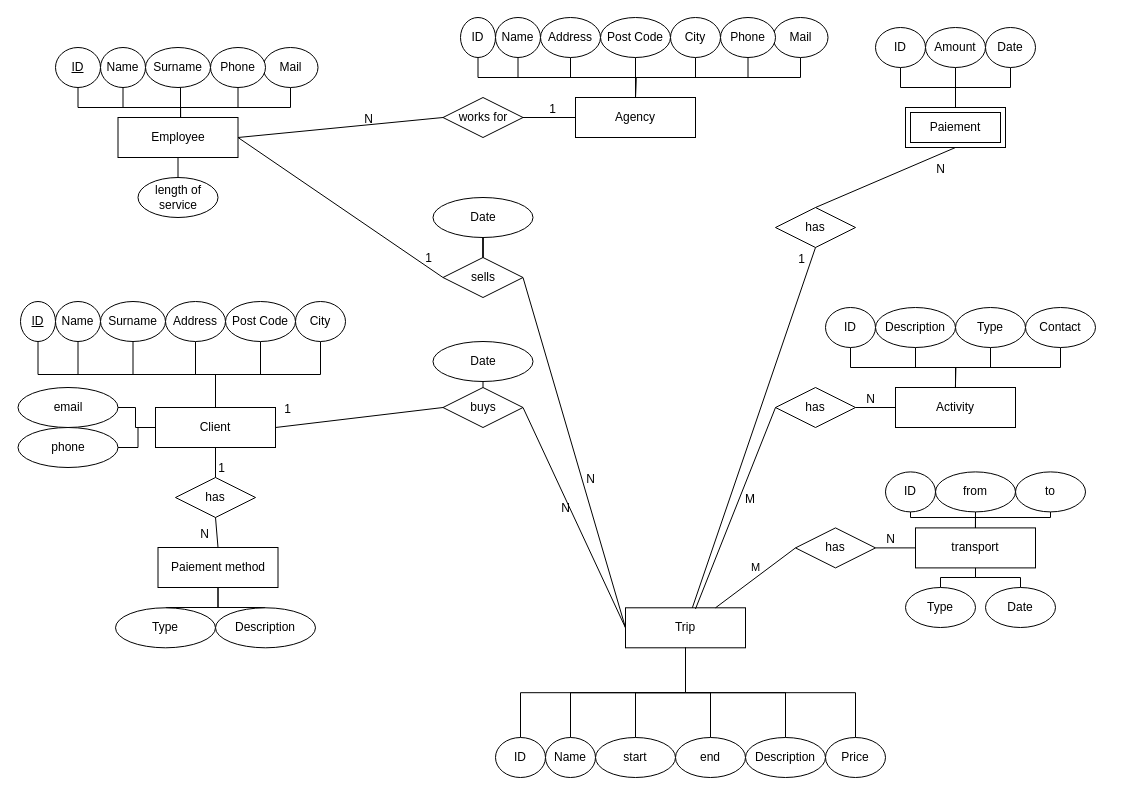
Before: page "Proposition 2" (2 of 3) of DB Projekt 1.drawio in phootrf/DBProjet1, a draw.io diagram. Source tidied: cells renumbered, new cells numbered last; positions are measured from the earlier drawing's top-left corner, leaving out a move shared by most shapes. Both pictures are drawn from the tidied source at 100%, with x=0, y=0 at pixel (17, 17).
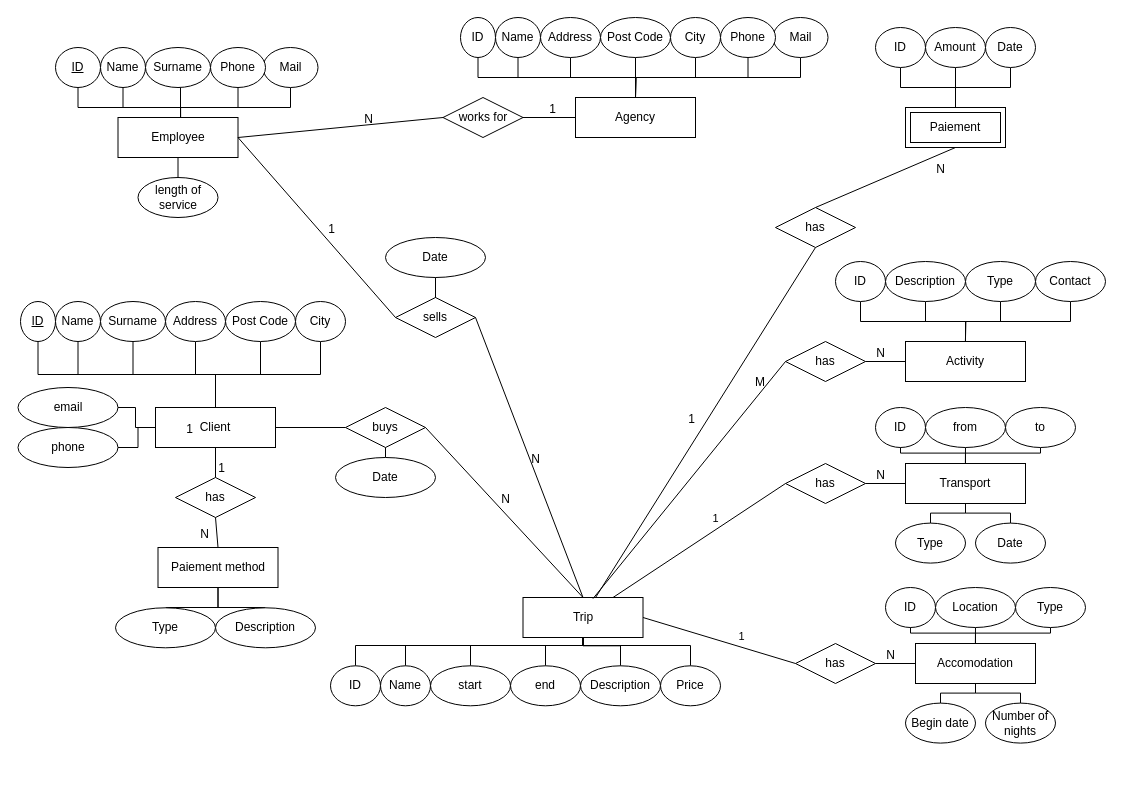
The same diagram, later.

Unchanged cells that the change refers to:
```xml
<mxCell id="16" style="endArrow=none;html=1;rounded=0;exitX=0.583;exitY=0.029;exitDx=0;exitDy=0;entryX=0;entryY=0.5;entryDx=0;entryDy=0;exitPerimeter=0;" parent="1" edge="1" source="4" target="15">
  <mxGeometry relative="1" as="geometry" />
</mxCell>
<mxCell id="55" style="endArrow=none;html=1;rounded=0;entryX=0.5;entryY=1;entryDx=0;entryDy=0;" parent="1" edge="1" source="4" target="54">
  <mxGeometry relative="1" as="geometry" />
</mxCell>
<mxCell id="73" style="endArrow=none;html=1;rounded=0;exitX=1;exitY=0.5;exitDx=0;exitDy=0;entryX=0;entryY=0.5;entryDx=0;entryDy=0;" parent="1" edge="1" source="71" target="72">
  <mxGeometry relative="1" as="geometry" />
</mxCell>
```

What changed in the source:
```diff
@@
     <mxCell id="4" value="Trip" style="whiteSpace=wrap;html=1;align=center;" parent="1" vertex="1">
-      <mxGeometry x="608" y="590.3" width="120" height="40" as="geometry" />
+      <mxGeometry x="505.5" y="580" width="120" height="40" as="geometry" />
     </mxCell>
@@
     <mxCell id="6" value="Activity" style="whiteSpace=wrap;html=1;align=center;" parent="1" vertex="1">
-      <mxGeometry x="878" y="370" width="120" height="40" as="geometry" />
+      <mxGeometry x="888" y="324" width="120" height="40" as="geometry" />
     </mxCell>
@@
     <mxCell id="10" value="buys" style="shape=rhombus;perimeter=rhombusPerimeter;whiteSpace=wrap;html=1;align=center;" parent="1" vertex="1">
-      <mxGeometry x="425.5" y="370" width="80" height="40" as="geometry" />
+      <mxGeometry x="328" y="390" width="80" height="40" as="geometry" />
     </mxCell>
@@
-    <mxCell id="13" style="endArrow=none;html=1;rounded=0;exitX=1;exitY=0.5;exitDx=0;exitDy=0;entryX=0;entryY=0.5;entryDx=0;entryDy=0;" parent="1" edge="1" source="10" target="4">
+    <mxCell id="13" style="endArrow=none;html=1;rounded=0;exitX=1;exitY=0.5;exitDx=0;exitDy=0;entryX=0.5;entryY=0;entryDx=0;entryDy=0;" parent="1" edge="1" source="10" target="4">
       <mxGeometry relative="1" as="geometry" />
     </mxCell>
     <mxCell id="14" value="N" style="html=1;align=right;verticalAlign=bottom;" parent="13" vertex="1">
       <mxGeometry x="1" relative="1" as="geometry">
-        <mxPoint x="-55" y="-111" as="offset" />
+        <mxPoint x="-73" y="-90" as="offset" />
       </mxGeometry>
     </mxCell>
     <mxCell id="15" value="has" style="shape=rhombus;perimeter=rhombusPerimeter;whiteSpace=wrap;html=1;align=center;" parent="1" vertex="1">
-      <mxGeometry x="758" y="370" width="80" height="40" as="geometry" />
+      <mxGeometry x="768" y="324" width="80" height="40" as="geometry" />
     </mxCell>
@@
     <mxCell id="17" value="M" style="html=1;align=right;verticalAlign=bottom;" parent="16" vertex="1">
       <mxGeometry x="1" relative="1" as="geometry">
-        <mxPoint x="-20" y="100" as="offset" />
+        <mxPoint x="-20" y="29" as="offset" />
       </mxGeometry>
     </mxCell>
@@
     <mxCell id="20" value="ID" style="ellipse;whiteSpace=wrap;html=1;align=center;" parent="1" vertex="1">
-      <mxGeometry x="808" y="290" width="50" height="40" as="geometry" />
+      <mxGeometry x="818" y="244" width="50" height="40" as="geometry" />
     </mxCell>
@@
     <mxCell id="22" value="Type" style="ellipse;whiteSpace=wrap;html=1;align=center;" parent="1" vertex="1">
-      <mxGeometry x="938" y="290" width="70" height="40" as="geometry" />
+      <mxGeometry x="948" y="244" width="70" height="40" as="geometry" />
     </mxCell>
     <mxCell id="23" style="edgeStyle=orthogonalEdgeStyle;rounded=0;jettySize=auto;html=1;exitX=0.5;exitY=1;exitDx=0;exitDy=0;endArrow=none;endFill=0;" parent="1" edge="1" source="24">
       <mxGeometry relative="1" as="geometry">
-        <mxPoint x="937.9" y="370" as="targetPoint" />
+        <mxPoint x="947.9" y="324" as="targetPoint" />
       </mxGeometry>
     </mxCell>
     <mxCell id="24" value="Description" style="ellipse;whiteSpace=wrap;html=1;align=center;" parent="1" vertex="1">
-      <mxGeometry x="858" y="290" width="80" height="40" as="geometry" />
+      <mxGeometry x="868" y="244" width="80" height="40" as="geometry" />
     </mxCell>
     <mxCell id="25" style="edgeStyle=orthogonalEdgeStyle;rounded=0;jettySize=auto;html=1;exitX=0.5;exitY=0;exitDx=0;exitDy=0;entryX=0.5;entryY=1;entryDx=0;entryDy=0;endArrow=none;endFill=0;" parent="1" edge="1" source="26" target="4">
-      <mxGeometry relative="1" as="geometry" />
+      <mxGeometry relative="1" as="geometry">
+        <Array as="points">
+          <mxPoint x="338" y="628" />
+          <mxPoint x="566" y="628" />
+        </Array>
+      </mxGeometry>
     </mxCell>
     <mxCell id="26" value="ID" style="ellipse;whiteSpace=wrap;html=1;align=center;" parent="1" vertex="1">
-      <mxGeometry x="478" y="720" width="50" height="40" as="geometry" />
+      <mxGeometry x="313" y="648.3" width="50" height="40" as="geometry" />
     </mxCell>
     <mxCell id="27" style="edgeStyle=orthogonalEdgeStyle;rounded=0;jettySize=auto;html=1;exitX=0.5;exitY=0;exitDx=0;exitDy=0;entryX=0.5;entryY=1;entryDx=0;entryDy=0;endArrow=none;endFill=0;" parent="1" edge="1" source="28" target="4">
-      <mxGeometry relative="1" as="geometry" />
+      <mxGeometry relative="1" as="geometry">
+        <Array as="points">
+          <mxPoint x="388" y="628" />
+          <mxPoint x="566" y="628" />
+        </Array>
+      </mxGeometry>
     </mxCell>
     <mxCell id="28" value="Name" style="ellipse;whiteSpace=wrap;html=1;align=center;" parent="1" vertex="1">
-      <mxGeometry x="528" y="720" width="50" height="40" as="geometry" />
+      <mxGeometry x="363" y="648.3" width="50" height="40" as="geometry" />
     </mxCell>
     <mxCell id="29" style="edgeStyle=orthogonalEdgeStyle;rounded=0;jettySize=auto;html=1;exitX=0.5;exitY=0;exitDx=0;exitDy=0;endArrow=none;endFill=0;entryX=0.5;entryY=1;entryDx=0;entryDy=0;" parent="1" edge="1" source="30" target="4">
-      <mxGeometry relative="1" as="geometry" />
+      <mxGeometry relative="1" as="geometry">
+        <Array as="points">
+          <mxPoint x="453" y="628" />
+          <mxPoint x="566" y="628" />
+        </Array>
+      </mxGeometry>
     </mxCell>
     <mxCell id="30" value="start" style="ellipse;whiteSpace=wrap;html=1;align=center;" parent="1" vertex="1">
-      <mxGeometry x="578" y="720" width="80" height="40" as="geometry" />
+      <mxGeometry x="413" y="648.3" width="80" height="40" as="geometry" />
     </mxCell>
     <mxCell id="31" style="edgeStyle=orthogonalEdgeStyle;rounded=0;jettySize=auto;html=1;exitX=0.5;exitY=0;exitDx=0;exitDy=0;endArrow=none;endFill=0;entryX=0.5;entryY=1;entryDx=0;entryDy=0;" parent="1" edge="1" source="32" target="4">
-      <mxGeometry relative="1" as="geometry" />
+      <mxGeometry relative="1" as="geometry">
+        <Array as="points">
+          <mxPoint x="528" y="628" />
+          <mxPoint x="566" y="628" />
+        </Array>
+      </mxGeometry>
     </mxCell>
     <mxCell id="32" value="end" style="ellipse;whiteSpace=wrap;html=1;align=center;" parent="1" vertex="1">
-      <mxGeometry x="658" y="720" width="70" height="40" as="geometry" />
+      <mxGeometry x="493" y="648.3" width="70" height="40" as="geometry" />
     </mxCell>
@@
     <mxCell id="34" value="Description" style="ellipse;whiteSpace=wrap;html=1;align=center;" parent="1" vertex="1">
-      <mxGeometry x="728" y="720" width="80" height="40" as="geometry" />
+      <mxGeometry x="563" y="648.3" width="80" height="40" as="geometry" />
     </mxCell>
     <mxCell id="35" style="edgeStyle=orthogonalEdgeStyle;rounded=0;jettySize=auto;html=1;exitX=0.5;exitY=0;exitDx=0;exitDy=0;endArrow=none;endFill=0;entryX=0.5;entryY=1;entryDx=0;entryDy=0;" parent="1" edge="1" source="36" target="4">
-      <mxGeometry relative="1" as="geometry" />
+      <mxGeometry relative="1" as="geometry">
+        <Array as="points">
+          <mxPoint x="673" y="628" />
+          <mxPoint x="566" y="628" />
+        </Array>
+      </mxGeometry>
     </mxCell>
     <mxCell id="36" value="Price" style="ellipse;whiteSpace=wrap;html=1;align=center;" parent="1" vertex="1">
-      <mxGeometry x="808" y="720" width="60" height="40" as="geometry" />
+      <mxGeometry x="643" y="648.3" width="60" height="40" as="geometry" />
     </mxCell>
@@
     <mxCell id="56" value="1" style="html=1;align=right;verticalAlign=bottom;" parent="55" vertex="1">
       <mxGeometry x="1" relative="1" as="geometry">
-        <mxPoint x="-10" y="20" as="offset" />
+        <mxPoint x="-120" y="180" as="offset" />
       </mxGeometry>
     </mxCell>
@@
     <mxCell id="72" value="sells" style="shape=rhombus;perimeter=rhombusPerimeter;whiteSpace=wrap;html=1;align=center;" parent="1" vertex="1">
-      <mxGeometry x="425.5" y="240" width="80" height="40" as="geometry" />
+      <mxGeometry x="378" y="280" width="80" height="40" as="geometry" />
     </mxCell>
@@
     <mxCell id="74" value="1" style="html=1;align=right;verticalAlign=bottom;" parent="73" vertex="1">
       <mxGeometry x="1" relative="1" as="geometry">
-        <mxPoint x="-10" y="-11" as="offset" />
+        <mxPoint x="-60" y="-80" as="offset" />
       </mxGeometry>
     </mxCell>
-    <mxCell id="75" style="endArrow=none;html=1;rounded=0;fontSize=27;exitX=1;exitY=0.5;exitDx=0;exitDy=0;entryX=0;entryY=0.5;entryDx=0;entryDy=0;" parent="1" edge="1" source="72" target="4">
+    <mxCell id="75" style="endArrow=none;html=1;rounded=0;fontSize=27;exitX=1;exitY=0.5;exitDx=0;exitDy=0;entryX=0.5;entryY=0;entryDx=0;entryDy=0;" parent="1" edge="1" source="72" target="4">
       <mxGeometry relative="1" as="geometry" />
     </mxCell>
-    <mxCell id="76" value="N" style="html=1;align=right;verticalAlign=bottom;" parent="75" vertex="1">
+    <mxCell id="76" value="N" style="html=1;align=right;verticalAlign=bottom;direction=south;" parent="75" vertex="1">
       <mxGeometry x="1" relative="1" as="geometry">
-        <mxPoint x="-30" y="-140" as="offset" />
+        <mxPoint x="-43" y="-130" as="offset" />
       </mxGeometry>
     </mxCell>
@@
-    <mxCell id="87" style="edgeStyle=orthogonalEdgeStyle;rounded=0;jettySize=auto;html=1;endArrow=none;endFill=0;entryX=0.5;entryY=0;entryDx=0;entryDy=0;" parent="1" edge="1" source="88" target="10">
-      <mxGeometry relative="1" as="geometry">
-        <Array as="points">
-          <mxPoint x="466" y="370" />
-          <mxPoint x="466" y="370" />
-        </Array>
-      </mxGeometry>
+    <mxCell id="87" style="edgeStyle=orthogonalEdgeStyle;rounded=0;jettySize=auto;html=1;exitX=0.5;exitY=0;exitDx=0;exitDy=0;entryX=0.5;entryY=1;entryDx=0;entryDy=0;endArrow=none;endFill=0;" parent="1" edge="1" source="88" target="10">
+      <mxGeometry relative="1" as="geometry" />
     </mxCell>
     <mxCell id="88" value="Date" style="ellipse;whiteSpace=wrap;html=1;align=center;" parent="1" vertex="1">
-      <mxGeometry x="415.5" y="324" width="100" height="40" as="geometry" />
+      <mxGeometry x="318" y="440" width="100" height="40" as="geometry" />
     </mxCell>
@@
     <mxCell id="90" value="Date" style="ellipse;whiteSpace=wrap;html=1;align=center;" parent="1" vertex="1">
-      <mxGeometry x="415.5" y="180" width="100" height="40" as="geometry" />
+      <mxGeometry x="368" y="220" width="100" height="40" as="geometry" />
     </mxCell>
@@
     <mxCell id="113" style="edgeStyle=orthogonalEdgeStyle;rounded=0;orthogonalLoop=1;jettySize=auto;html=1;exitX=0.5;exitY=0;exitDx=0;exitDy=0;entryX=0.5;entryY=1;entryDx=0;entryDy=0;endArrow=none;endFill=0;" parent="1" edge="1">
       <mxGeometry relative="1" as="geometry">
-        <mxPoint x="958" y="509.4" as="sourcePoint" />
-        <mxPoint x="893" y="483.4" as="targetPoint" />
+        <mxPoint x="948" y="445" as="sourcePoint" />
+        <mxPoint x="883" y="419" as="targetPoint" />
         <Array as="points">
-          <mxPoint x="958" y="500" />
-          <mxPoint x="893" y="500" />
+          <mxPoint x="948" y="435.6" />
+          <mxPoint x="883" y="435.6" />
         </Array>
       </mxGeometry>
     </mxCell>
-    <mxCell id="114" value="transport" style="whiteSpace=wrap;html=1;align=center;" parent="1" vertex="1">
-      <mxGeometry x="898" y="510.4" width="120" height="40" as="geometry" />
+    <mxCell id="114" value="Transport" style="whiteSpace=wrap;html=1;align=center;" parent="1" vertex="1">
+      <mxGeometry x="888" y="446" width="120" height="40" as="geometry" />
     </mxCell>
     <mxCell id="115" value="has" style="shape=rhombus;perimeter=rhombusPerimeter;whiteSpace=wrap;html=1;align=center;" parent="1" vertex="1">
-      <mxGeometry x="778" y="510.4" width="80" height="40" as="geometry" />
+      <mxGeometry x="768" y="446" width="80" height="40" as="geometry" />
     </mxCell>
@@
     <mxCell id="118" value="ID" style="ellipse;whiteSpace=wrap;html=1;align=center;" parent="1" vertex="1">
-      <mxGeometry x="868" y="454.4" width="50" height="40" as="geometry" />
+      <mxGeometry x="858" y="390" width="50" height="40" as="geometry" />
     </mxCell>
     <mxCell id="119" style="edgeStyle=orthogonalEdgeStyle;rounded=0;jettySize=auto;html=1;exitX=0.5;exitY=1;exitDx=0;exitDy=0;entryX=0.5;entryY=0;entryDx=0;entryDy=0;endArrow=none;endFill=0;" parent="1" edge="1" source="120" target="114">
       <mxGeometry relative="1" as="geometry">
         <Array as="points">
-          <mxPoint x="1033" y="500" />
-          <mxPoint x="958" y="500" />
+          <mxPoint x="1023" y="435.6" />
+          <mxPoint x="948" y="435.6" />
         </Array>
       </mxGeometry>
     </mxCell>
     <mxCell id="120" value="to" style="ellipse;whiteSpace=wrap;html=1;align=center;" parent="1" vertex="1">
-      <mxGeometry x="998" y="454.4" width="70" height="40" as="geometry" />
+      <mxGeometry x="988" y="390" width="70" height="40" as="geometry" />
     </mxCell>
     <mxCell id="121" style="edgeStyle=orthogonalEdgeStyle;rounded=0;jettySize=auto;html=1;exitX=0.5;exitY=1;exitDx=0;exitDy=0;endArrow=none;endFill=0;" parent="1" edge="1" source="122">
       <mxGeometry relative="1" as="geometry">
-        <mxPoint x="957.9" y="510.4" as="targetPoint" />
+        <mxPoint x="947.9" y="446" as="targetPoint" />
       </mxGeometry>
     </mxCell>
     <mxCell id="122" value="from" style="ellipse;whiteSpace=wrap;html=1;align=center;" parent="1" vertex="1">
-      <mxGeometry x="918" y="454.4" width="80" height="40" as="geometry" />
+      <mxGeometry x="908" y="390" width="80" height="40" as="geometry" />
     </mxCell>
-    <mxCell id="123" value="M" style="endArrow=none;html=1;rounded=0;exitX=0.75;exitY=0;exitDx=0;exitDy=0;entryX=0;entryY=0.5;entryDx=0;entryDy=0;" parent="1" edge="1" source="4" target="115">
-      <mxGeometry x="0.12" y="8" relative="1" as="geometry" />
+    <mxCell id="123" value="1" style="endArrow=none;html=1;rounded=0;exitX=0.75;exitY=0;exitDx=0;exitDy=0;entryX=0;entryY=0.5;entryDx=0;entryDy=0;" parent="1" edge="1" source="4" target="115">
+      <mxGeometry x="0.25" y="10" relative="1" as="geometry" />
     </mxCell>
@@
     <mxCell id="125" value="Contact" style="ellipse;whiteSpace=wrap;html=1;align=center;" parent="1" vertex="1">
-      <mxGeometry x="1008" y="290" width="70" height="40" as="geometry" />
+      <mxGeometry x="1018" y="244" width="70" height="40" as="geometry" />
     </mxCell>
     <mxCell id="126" style="edgeStyle=orthogonalEdgeStyle;rounded=0;jettySize=auto;html=1;exitX=0.5;exitY=0;exitDx=0;exitDy=0;entryX=0.5;entryY=1;entryDx=0;entryDy=0;endArrow=none;endFill=0;" parent="1" edge="1" source="127" target="114">
       <mxGeometry relative="1" as="geometry">
         <Array as="points">
-          <mxPoint x="923" y="560" />
-          <mxPoint x="958" y="560" />
+          <mxPoint x="913" y="495.6" />
+          <mxPoint x="948" y="495.6" />
         </Array>
       </mxGeometry>
     </mxCell>
     <mxCell id="127" value="Type" style="ellipse;whiteSpace=wrap;html=1;align=center;" parent="1" vertex="1">
-      <mxGeometry x="888" y="570" width="70" height="40" as="geometry" />
+      <mxGeometry x="878" y="505.6" width="70" height="40" as="geometry" />
     </mxCell>
     <mxCell id="128" style="edgeStyle=orthogonalEdgeStyle;rounded=0;jettySize=auto;html=1;exitX=0.5;exitY=0;exitDx=0;exitDy=0;endArrow=none;endFill=0;" parent="1" edge="1" source="129">
       <mxGeometry relative="1" as="geometry">
-        <mxPoint x="958" y="560" as="targetPoint" />
+        <mxPoint x="948" y="495.6" as="targetPoint" />
         <Array as="points">
-          <mxPoint x="1003" y="560" />
+          <mxPoint x="993" y="495.6" />
         </Array>
       </mxGeometry>
     </mxCell>
     <mxCell id="129" value="Date" style="ellipse;whiteSpace=wrap;html=1;align=center;" parent="1" vertex="1">
-      <mxGeometry x="968" y="570" width="70" height="40" as="geometry" />
+      <mxGeometry x="958" y="505.6" width="70" height="40" as="geometry" />
     </mxCell>
+    <mxCell id="130" style="edgeStyle=orthogonalEdgeStyle;rounded=0;orthogonalLoop=1;jettySize=auto;html=1;exitX=0.5;exitY=0;exitDx=0;exitDy=0;entryX=0.5;entryY=1;entryDx=0;entryDy=0;endArrow=none;endFill=0;" parent="1" edge="1">
+      <mxGeometry relative="1" as="geometry">
+        <mxPoint x="958" y="625" as="sourcePoint" />
+        <mxPoint x="893" y="599" as="targetPoint" />
+        <Array as="points">
+          <mxPoint x="958" y="615.6" />
+          <mxPoint x="893" y="615.6" />
+        </Array>
+      </mxGeometry>
+    </mxCell>
+    <mxCell id="131" value="Accomodation" style="whiteSpace=wrap;html=1;align=center;" parent="1" vertex="1">
+      <mxGeometry x="898" y="626" width="120" height="40" as="geometry" />
+    </mxCell>
+    <mxCell id="132" value="has" style="shape=rhombus;perimeter=rhombusPerimeter;whiteSpace=wrap;html=1;align=center;" parent="1" vertex="1">
+      <mxGeometry x="778" y="626" width="80" height="40" as="geometry" />
+    </mxCell>
+    <mxCell id="133" style="endArrow=none;html=1;rounded=0;exitX=0;exitY=0.5;exitDx=0;exitDy=0;entryX=1;entryY=0.5;entryDx=0;entryDy=0;" parent="1" edge="1" source="131" target="132">
+      <mxGeometry relative="1" as="geometry" />
+    </mxCell>
+    <mxCell id="134" value="N" style="html=1;align=right;verticalAlign=bottom;" parent="133" vertex="1">
+      <mxGeometry x="1" relative="1" as="geometry">
+        <mxPoint x="20" as="offset" />
+      </mxGeometry>
+    </mxCell>
+    <mxCell id="135" value="ID" style="ellipse;whiteSpace=wrap;html=1;align=center;" parent="1" vertex="1">
+      <mxGeometry x="868" y="570" width="50" height="40" as="geometry" />
+    </mxCell>
+    <mxCell id="136" style="edgeStyle=orthogonalEdgeStyle;rounded=0;jettySize=auto;html=1;exitX=0.5;exitY=1;exitDx=0;exitDy=0;entryX=0.5;entryY=0;entryDx=0;entryDy=0;endArrow=none;endFill=0;" parent="1" edge="1" source="137" target="131">
+      <mxGeometry relative="1" as="geometry">
+        <Array as="points">
+          <mxPoint x="1033" y="615.6" />
+          <mxPoint x="958" y="615.6" />
+        </Array>
+      </mxGeometry>
+    </mxCell>
+    <mxCell id="137" value="Type" style="ellipse;whiteSpace=wrap;html=1;align=center;" parent="1" vertex="1">
+      <mxGeometry x="998" y="570" width="70" height="40" as="geometry" />
+    </mxCell>
+    <mxCell id="138" style="edgeStyle=orthogonalEdgeStyle;rounded=0;jettySize=auto;html=1;exitX=0.5;exitY=1;exitDx=0;exitDy=0;endArrow=none;endFill=0;" parent="1" edge="1" source="139">
+      <mxGeometry relative="1" as="geometry">
+        <mxPoint x="957.9" y="626" as="targetPoint" />
+      </mxGeometry>
+    </mxCell>
+    <mxCell id="139" value="Location" style="ellipse;whiteSpace=wrap;html=1;align=center;" parent="1" vertex="1">
+      <mxGeometry x="918" y="570" width="80" height="40" as="geometry" />
+    </mxCell>
+    <mxCell id="140" style="edgeStyle=orthogonalEdgeStyle;rounded=0;jettySize=auto;html=1;exitX=0.5;exitY=0;exitDx=0;exitDy=0;entryX=0.5;entryY=1;entryDx=0;entryDy=0;endArrow=none;endFill=0;" parent="1" edge="1" source="141" target="131">
+      <mxGeometry relative="1" as="geometry">
+        <Array as="points">
+          <mxPoint x="923" y="675.6" />
+          <mxPoint x="958" y="675.6" />
+        </Array>
+      </mxGeometry>
+    </mxCell>
+    <mxCell id="141" value="Begin date" style="ellipse;whiteSpace=wrap;html=1;align=center;" parent="1" vertex="1">
+      <mxGeometry x="888" y="685.6" width="70" height="40" as="geometry" />
+    </mxCell>
+    <mxCell id="142" style="edgeStyle=orthogonalEdgeStyle;rounded=0;jettySize=auto;html=1;exitX=0.5;exitY=0;exitDx=0;exitDy=0;endArrow=none;endFill=0;" parent="1" edge="1" source="143">
+      <mxGeometry relative="1" as="geometry">
+        <mxPoint x="958" y="675.6" as="targetPoint" />
+        <Array as="points">
+          <mxPoint x="1003" y="675.6" />
+        </Array>
+      </mxGeometry>
+    </mxCell>
+    <mxCell id="143" value="Number of nights" style="ellipse;whiteSpace=wrap;html=1;align=center;" parent="1" vertex="1">
+      <mxGeometry x="968" y="685.6" width="70" height="40" as="geometry" />
+    </mxCell>
+    <mxCell id="144" value="1" style="endArrow=none;html=1;rounded=0;exitX=1;exitY=0.5;exitDx=0;exitDy=0;entryX=0;entryY=0.5;entryDx=0;entryDy=0;" parent="1" edge="1" source="4" target="132">
+      <mxGeometry x="0.25" y="10" relative="1" as="geometry" />
+    </mxCell>
```
